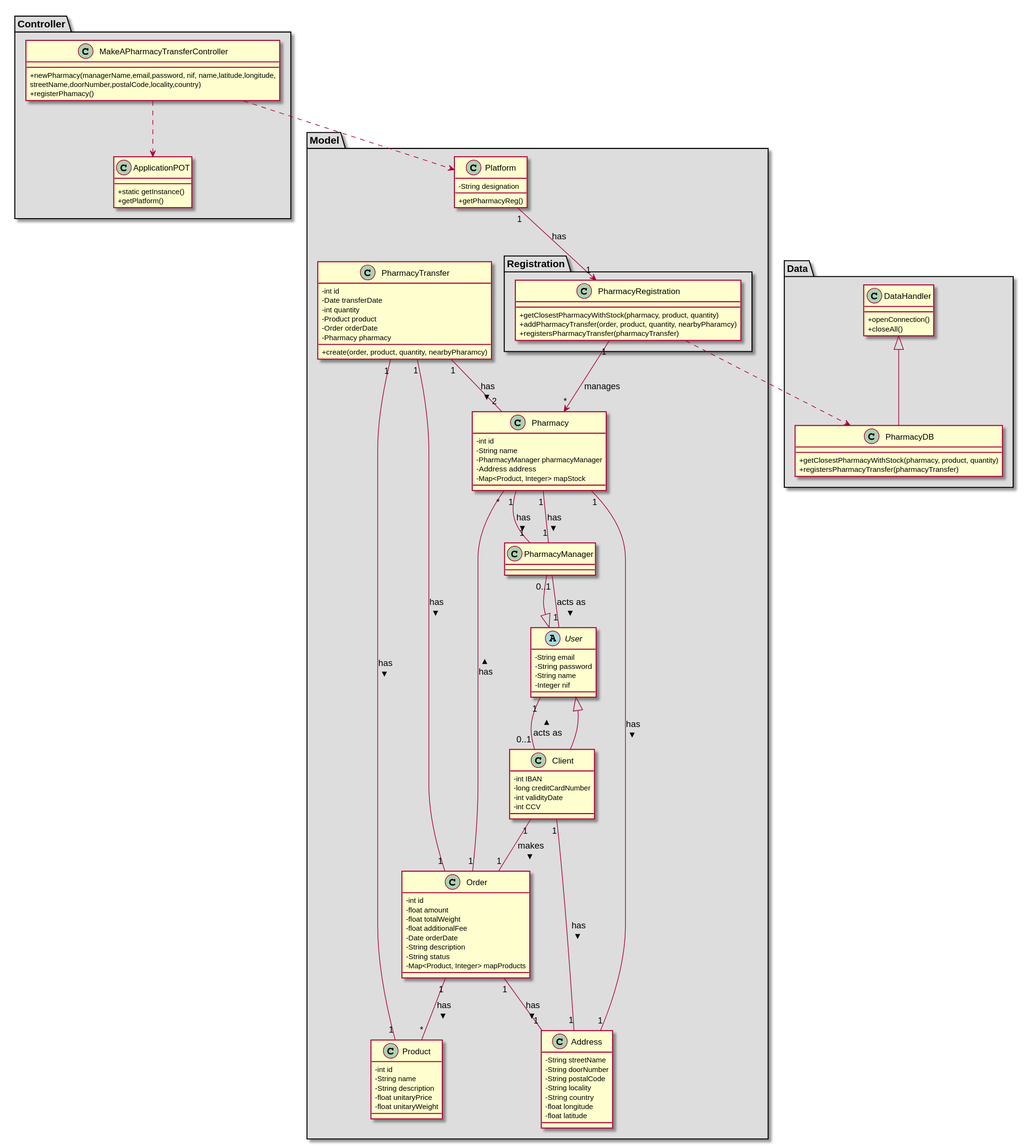
Before: docs/Iteration 2/Pharmacy Management/US200_MakeAPharmacyTransfer/US200_CD.svg, a diagram exported from PlantUML (tiagoavcosta25/LAPR3).
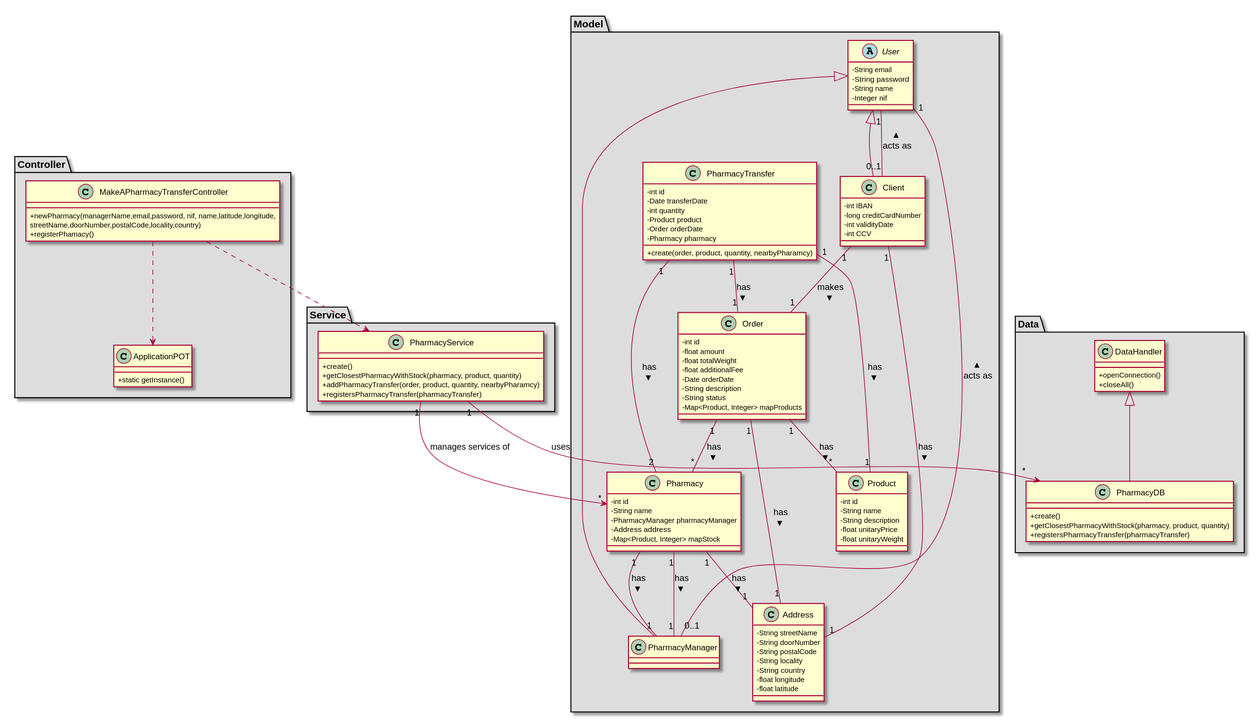
Above is the later version.

What changed in the source:
```diff
@@ -10,25 +10,18 @@
 class ApplicationPOT
 {
   +static getInstance()
-  +getPlatform()
 }
 }
 
-
-package "Model" #DDDDDD {
-class Platform {
-  -String designation
-  +getPharmacyReg()
-}
-package "Registration" #DDDDDD {
-
-   class PharmacyRegistration{
+package "Service" #DDDDDD {
+   class PharmacyService{
+          +create()
           +getClosestPharmacyWithStock(pharmacy, product, quantity)
           +addPharmacyTransfer(order, product, quantity, nearbyPharamcy)
           +registersPharmacyTransfer(pharmacyTransfer)
       }
  }
-}
+
 
 package "Model" #DDDDDD {
 abstract class User{
@@ -105,6 +98,7 @@
 }
 
 class PharmacyDB{
+          +create()
           +getClosestPharmacyWithStock(pharmacy, product, quantity)
           +registersPharmacyTransfer(pharmacyTransfer)
       }
@@ -114,11 +108,10 @@
 class PharmacyManager extends User
 class Client extends User
 
-MakeAPharmacyTransferController ..> Platform
 MakeAPharmacyTransferController ..> ApplicationPOT
-PharmacyRegistration ..> PharmacyDB
-Platform "1" --> "1" PharmacyRegistration : has
-PharmacyRegistration "1" --> "*" Pharmacy : manages
+MakeAPharmacyTransferController ..> PharmacyService
+PharmacyService "1" --> "*" Pharmacy : manages services of
+PharmacyService "1" --> "*" PharmacyDB : uses
 Pharmacy "1" -- "1" Address : has >
 Pharmacy "1" -- "1" PharmacyManager : has >
 PharmacyManager "0..1" -- "1" User: acts as >
```
